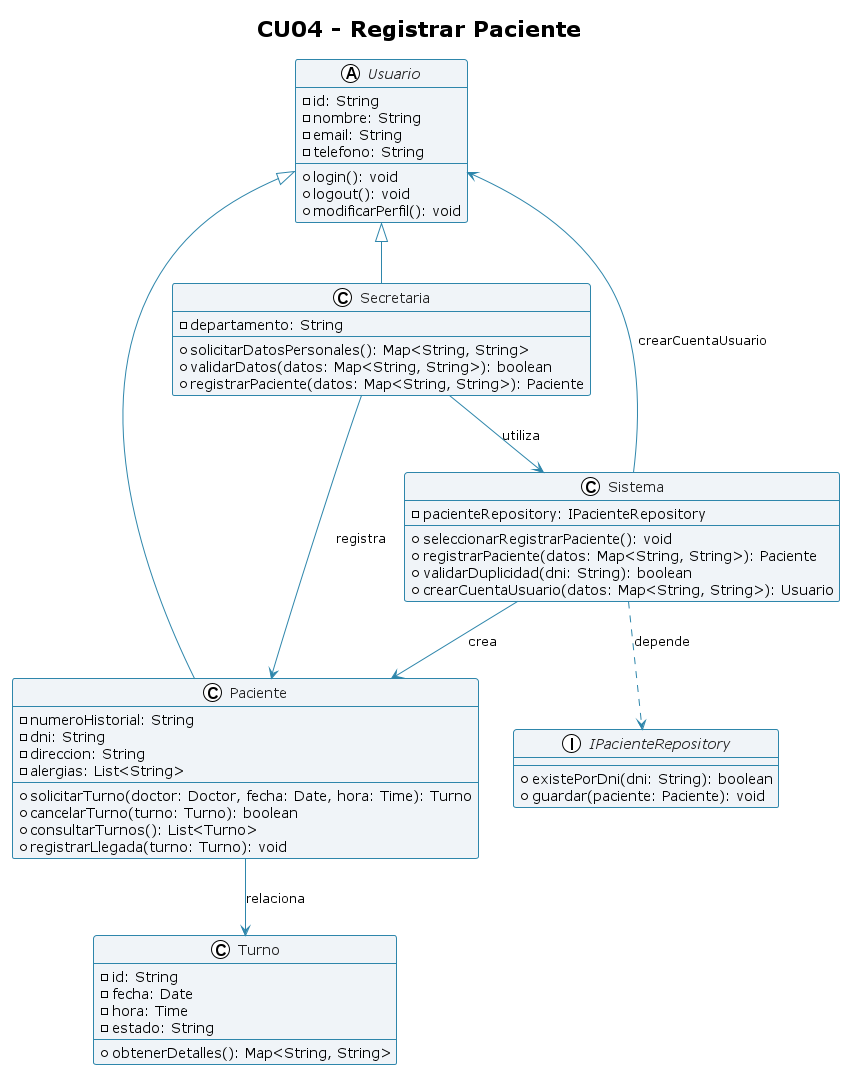
Above: diagramas/01-diagrama-clases/04-clases-registrar-paciente-04.png in FacundoGuiraldes/SistemaTurnosMedicos (PlantUML), before the change. The source it was exported from:
```plantuml
@startuml
!theme plain
title CU04 - Registrar Paciente

skinparam class {
    BackgroundColor #F0F4F8
    BorderColor #2E86AB
    ArrowColor #2E86AB
    FontColor #1F1F1F
}

abstract class Usuario {
    - id: String
    - nombre: String
    - email: String
    - telefono: String
    ---
    + login(): void
    + logout(): void
    + modificarPerfil(): void
}

class Paciente {
    - numeroHistorial: String
    - dni: String
    - direccion: String
    - alergias: List<String>
    ---
    + solicitarTurno(doctor: Doctor, fecha: Date, hora: Time): Turno
    + cancelarTurno(turno: Turno): boolean
    + consultarTurnos(): List<Turno>
    + registrarLlegada(turno: Turno): void
}

class Secretaria {
    - departamento: String
    ---
    + solicitarDatosPersonales(): Map<String, String>
    + validarDatos(datos: Map<String, String>): boolean
    + registrarPaciente(datos: Map<String, String>): Paciente
}

interface IPacienteRepository {
    + existePorDni(dni: String): boolean
    + guardar(paciente: Paciente): void
}

class Sistema {
    - pacienteRepository: IPacienteRepository
    ---
    + seleccionarRegistrarPaciente(): void
    + registrarPaciente(datos: Map<String, String>): Paciente
    + validarDuplicidad(dni: String): boolean
    + crearCuentaUsuario(datos: Map<String, String>): Usuario
}

class Turno {
    - id: String
    - fecha: Date
    - hora: Time
    - estado: String
    ---
    + obtenerDetalles(): Map<String, String>
}

Usuario <|-- Paciente
Usuario <|-- Secretaria

Secretaria --> Sistema : utiliza
Secretaria --> Paciente : registra
Sistema ..> IPacienteRepository : depende
Sistema --> Paciente : crea
Sistema --> Usuario : crearCuentaUsuario
Paciente --> Turno : relaciona

@enduml
```
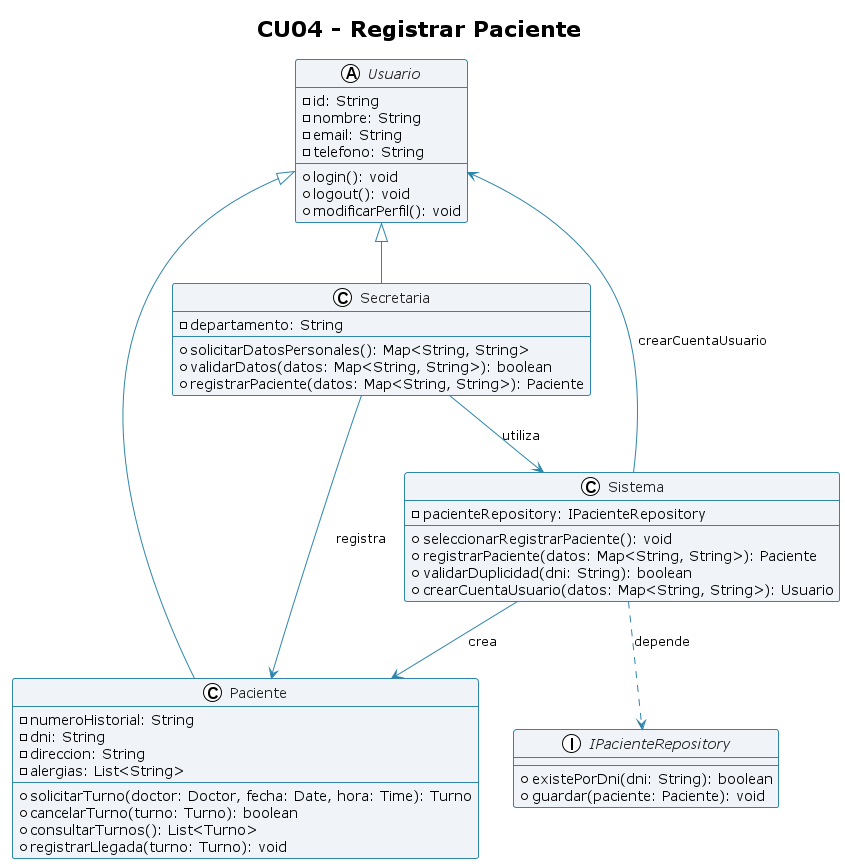
The same diagram one commit later.

What changed in the source:
```diff
@@ -54,15 +54,6 @@
     + crearCuentaUsuario(datos: Map<String, String>): Usuario
 }
 
-class Turno {
-    - id: String
-    - fecha: Date
-    - hora: Time
-    - estado: String
-    ---
-    + obtenerDetalles(): Map<String, String>
-}
-
 Usuario <|-- Paciente
 Usuario <|-- Secretaria
 
@@ -71,6 +62,5 @@
 Sistema ..> IPacienteRepository : depende
 Sistema --> Paciente : crea
 Sistema --> Usuario : crearCuentaUsuario
-Paciente --> Turno : relaciona
 
 @enduml
```
